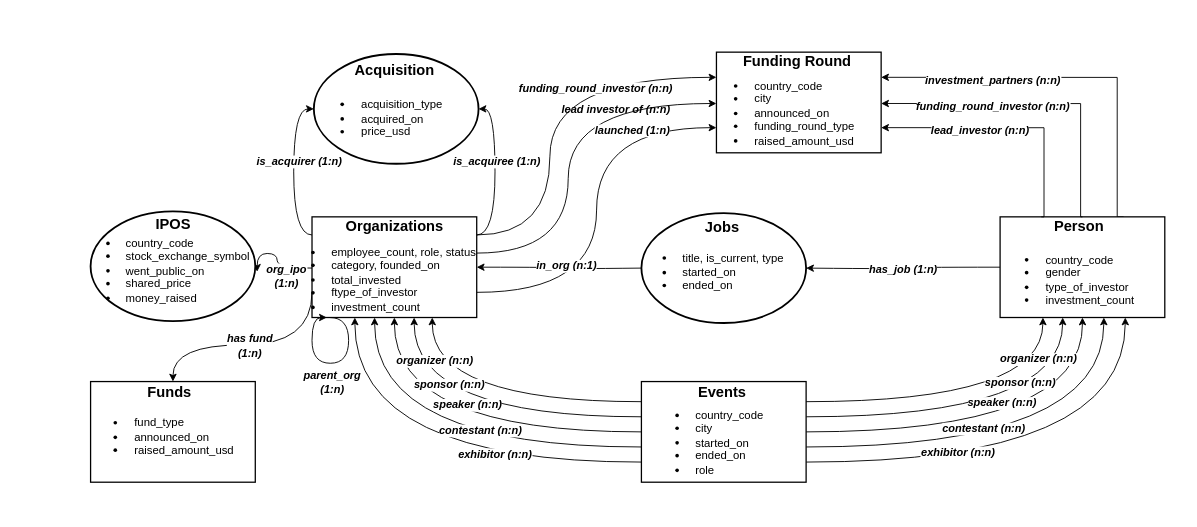
Before: copy_edited_graph_vis.drawio in SilvesterYu/FinQA_Vis, a draw.io diagram. Source tidied: cells renumbered, new cells numbered last; positions are measured from the earlier drawing's top-left corner, leaving out a move shared by most shapes. Both pictures are drawn from the tidied source at 183%, with x=0, y=0 at pixel (31, 31).
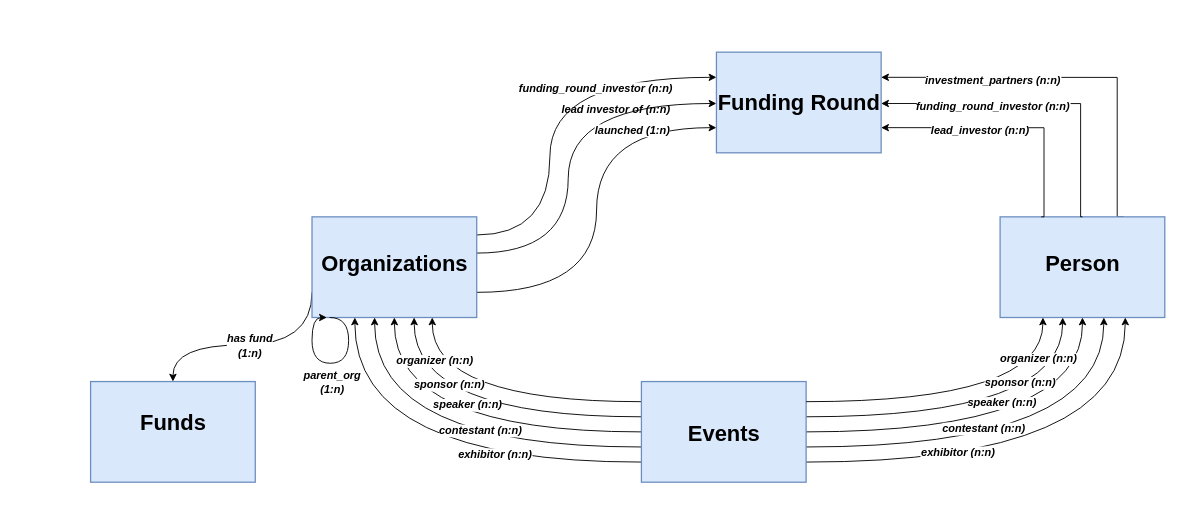
The same page after the edit.

The edit, as a diff of the source:
```diff
@@
-    <mxCell id="9" value="&lt;h6 style=&quot;&quot;&gt;&lt;br&gt;&lt;/h6&gt;" style="rounded=0;whiteSpace=wrap;html=1;strokeWidth=0.7;verticalAlign=top;labelPosition=center;verticalLabelPosition=middle;align=center;spacing=0;spacingBottom=0;points=[[0,0,0,0,0],[0,0.25,0,0,0],[0,0.51,0,0,0],[0,0.75,0,0,0],[0,1,0,0,0],[0.24,1,0,0,0],[0.26,0,0,0,0],[0.5,0,0,0,0],[0.5,1,0,0,0],[0.76,0,0,0,0],[0.76,1,0,0,0],[1,0,0,0,0],[1,0.25,0,0,0],[1,0.51,0,0,0],[1,0.75,0,0,0],[1,1,0,0,0]];" parent="1" vertex="1">
+    <mxCell id="9" value="&lt;h6 style=&quot;&quot;&gt;&lt;br&gt;&lt;/h6&gt;" style="rounded=0;whiteSpace=wrap;html=1;strokeWidth=0.7;verticalAlign=top;labelPosition=center;verticalLabelPosition=middle;align=center;spacing=0;spacingBottom=0;points=[[0,0,0,0,0],[0,0.25,0,0,0],[0,0.51,0,0,0],[0,0.75,0,0,0],[0,1,0,0,0],[0.24,1,0,0,0],[0.26,0,0,0,0],[0.5,0,0,0,0],[0.5,1,0,0,0],[0.76,0,0,0,0],[0.76,1,0,0,0],[1,0,0,0,0],[1,0.25,0,0,0],[1,0.51,0,0,0],[1,0.75,0,0,0],[1,1,0,0,0]];fillColor=#dae8fc;strokeColor=#6c8ebf;" parent="1" vertex="1">
       <mxGeometry x="374" y="11" width="90" height="55" as="geometry" />
     </mxCell>
-    <mxCell id="10" style="edgeStyle=orthogonalEdgeStyle;rounded=0;jettySize=auto;html=1;entryX=1;entryY=0.5;entryDx=0;entryDy=0;fontSize=8;endSize=3;strokeWidth=0.5;curved=1;" parent="1" edge="1" target="20">
-      <mxGeometry relative="1" as="geometry">
-        <mxPoint x="333" y="129" as="sourcePoint" />
-      </mxGeometry>
-    </mxCell>
-    <mxCell id="11" value="&lt;font style=&quot;font-size: 6px;&quot;&gt;in_org (n:1)&lt;/font&gt;" style="edgeLabel;html=1;align=center;verticalAlign=middle;fontSize=6;fontStyle=3;" parent="10" vertex="1">
-      <mxGeometry x="0.25" relative="1" as="geometry">
-        <mxPoint x="14" y="-1" as="offset" />
-      </mxGeometry>
-    </mxCell>
@@
-    <mxCell id="14" style="edgeStyle=orthogonalEdgeStyle;rounded=0;orthogonalLoop=1;jettySize=auto;html=1;fontSize=9;strokeWidth=0.5;endSize=3;curved=1;exitX=0;exitY=0.51;exitDx=0;exitDy=0;exitPerimeter=0;entryX=1;entryY=0.55;entryDx=0;entryDy=0;entryPerimeter=0;" parent="1" edge="1">
-      <mxGeometry relative="1" as="geometry">
-        <mxPoint x="154" y="129" as="sourcePoint" />
-        <mxPoint x="123" y="131" as="targetPoint" />
-        <Array as="points">
-          <mxPoint x="134" y="129" />
-          <mxPoint x="134" y="121" />
-        </Array>
-      </mxGeometry>
-    </mxCell>
-    <mxCell id="15" value="&lt;font style=&quot;font-size: 6px;&quot;&gt;org_ipo&lt;br style=&quot;font-size: 6px;&quot;&gt;(1:n)&lt;/font&gt;" style="edgeLabel;html=1;align=center;verticalAlign=middle;fontSize=6;fontStyle=3;" parent="14" vertex="1">
-      <mxGeometry x="0.16" y="-1" relative="1" as="geometry">
-        <mxPoint x="4" y="13" as="offset" />
-      </mxGeometry>
-    </mxCell>
-    <mxCell id="16" style="edgeStyle=orthogonalEdgeStyle;rounded=0;jettySize=auto;html=1;exitX=1;exitY=0.18;exitDx=0;exitDy=0;entryX=1;entryY=0.5;entryDx=0;entryDy=0;fontSize=9;endSize=3;strokeWidth=0.5;curved=1;exitPerimeter=0;" parent="1" edge="1" source="20" target="50">
-      <mxGeometry relative="1" as="geometry">
-        <Array as="points">
-          <mxPoint x="253" y="111" />
-          <mxPoint x="253" y="42" />
-        </Array>
-      </mxGeometry>
-    </mxCell>
-    <mxCell id="17" value="is_acquiree (1:n)" style="edgeLabel;html=1;align=center;verticalAlign=middle;fontSize=6;fontStyle=3;" parent="16" vertex="1">
-      <mxGeometry x="-0.08" y="2" relative="1" as="geometry">
-        <mxPoint x="2" y="-10" as="offset" />
-      </mxGeometry>
-    </mxCell>
-    <mxCell id="18" style="edgeStyle=orthogonalEdgeStyle;rounded=0;jettySize=auto;html=1;exitX=0;exitY=0.18;exitDx=0;exitDy=0;fontSize=9;endSize=3;strokeWidth=0.5;curved=1;entryX=0;entryY=0.5;entryDx=0;entryDy=0;exitPerimeter=0;" parent="1" edge="1" source="20" target="50">
-      <mxGeometry relative="1" as="geometry">
-        <Array as="points">
-          <mxPoint x="143" y="111" />
-          <mxPoint x="143" y="42" />
-        </Array>
-      </mxGeometry>
-    </mxCell>
-    <mxCell id="19" value="is_acquirer (1:n)" style="edgeLabel;html=1;align=center;verticalAlign=middle;fontSize=6;fontStyle=3;" parent="18" vertex="1">
-      <mxGeometry x="0.09" y="3" relative="1" as="geometry">
-        <mxPoint x="5" y="-1" as="offset" />
-      </mxGeometry>
-    </mxCell>
-    <mxCell id="20" style="rounded=0;whiteSpace=wrap;html=1;fontSize=10;strokeWidth=0.7;points=[[0,0,0,0,0],[0,0.18,0,0,0],[0,0.51,0,0,0],[0,0.75,0,0,0],[0.09,1,0,0,0],[0.26,0,0,0,0],[0.26,1,0,0,0],[0.38,1,0,0,0],[0.5,0,0,0,0],[0.5,1,0,0,0],[0.62,1,0,0,0],[0.73,1,0,0,0],[0.76,0,0,0,0],[1,0,0,0,0],[1,0.18,0,0,0],[1,0.36,0,0,0],[1,0.51,0,0,0],[1,0.75,0,0,0]];" parent="1" vertex="1">
+    <mxCell id="20" style="rounded=0;whiteSpace=wrap;html=1;fontSize=10;strokeWidth=0.7;points=[[0,0,0,0,0],[0,0.18,0,0,0],[0,0.51,0,0,0],[0,0.75,0,0,0],[0.09,1,0,0,0],[0.26,0,0,0,0],[0.26,1,0,0,0],[0.38,1,0,0,0],[0.5,0,0,0,0],[0.5,1,0,0,0],[0.62,1,0,0,0],[0.73,1,0,0,0],[0.76,0,0,0,0],[1,0,0,0,0],[1,0.18,0,0,0],[1,0.36,0,0,0],[1,0.51,0,0,0],[1,0.75,0,0,0]];fillColor=#dae8fc;strokeColor=#6c8ebf;" parent="1" vertex="1">
       <mxGeometry x="153" y="101" width="90" height="55" as="geometry" />
     </mxCell>
@@
-    <mxCell id="23" style="rounded=0;whiteSpace=wrap;html=1;strokeWidth=0.7;" parent="1" vertex="1">
+    <mxCell id="23" style="rounded=0;whiteSpace=wrap;html=1;strokeWidth=0.7;fillColor=#dae8fc;strokeColor=#6c8ebf;" parent="1" vertex="1">
       <mxGeometry x="32" y="191" width="90" height="55" as="geometry" />
     </mxCell>
@@
-    <mxCell id="25" style="edgeStyle=orthogonalEdgeStyle;rounded=0;jettySize=auto;html=1;exitX=0;exitY=0.5;exitDx=0;exitDy=0;fontSize=8;endSize=3;strokeWidth=0.5;curved=1;" parent="1" edge="1" source="27">
-      <mxGeometry relative="1" as="geometry">
-        <mxPoint x="423" y="129" as="targetPoint" />
-      </mxGeometry>
-    </mxCell>
-    <mxCell id="26" value="&lt;font style=&quot;font-size: 6px;&quot;&gt;has_job (1:n)&lt;/font&gt;" style="edgeLabel;html=1;align=center;verticalAlign=middle;fontSize=6;fontStyle=3;" parent="25" vertex="1">
-      <mxGeometry x="0.23" y="-1" relative="1" as="geometry">
-        <mxPoint x="11" y="1" as="offset" />
-      </mxGeometry>
-    </mxCell>
-    <mxCell id="27" style="rounded=0;whiteSpace=wrap;html=1;strokeWidth=0.7;points=[[0,0,0,0,0],[0,0.25,0,0,0],[0,0.51,0,0,0],[0,0.75,0,0,0],[0.26,0,0,0,0],[0.26,1,0,0,0],[0.38,1,0,0,0],[0.5,0,0,0,0],[0.5,1,0,0,0],[0.63,1,0,0,0],[0.76,0,0,0,0],[0.76,1,0,0,0],[1,0,0,0,0],[1,0.25,0,0,0],[1,0.51,0,0,0],[1,0.75,0,0,0]];" parent="1" vertex="1">
+    <mxCell id="27" style="rounded=0;whiteSpace=wrap;html=1;strokeWidth=0.7;points=[[0,0,0,0,0],[0,0.25,0,0,0],[0,0.51,0,0,0],[0,0.75,0,0,0],[0.26,0,0,0,0],[0.26,1,0,0,0],[0.38,1,0,0,0],[0.5,0,0,0,0],[0.5,1,0,0,0],[0.63,1,0,0,0],[0.76,0,0,0,0],[0.76,1,0,0,0],[1,0,0,0,0],[1,0.25,0,0,0],[1,0.51,0,0,0],[1,0.75,0,0,0]];fillColor=#dae8fc;strokeColor=#6c8ebf;" parent="1" vertex="1">
       <mxGeometry x="529" y="101" width="90" height="55" as="geometry" />
     </mxCell>
@@
-    <mxCell id="40" style="rounded=0;whiteSpace=wrap;html=1;strokeWidth=0.7;points=[[0,0.2,0,0,0],[0,0.35,0,0,0],[0,0.5,0,0,0],[0,0.65,0,0,0],[0,0.8,0,0,0],[0.26,0,0,0,0],[0.26,1,0,0,0],[0.5,0,0,0,0],[0.5,1,0,0,0],[0.76,0,0,0,0],[0.76,1,0,0,0],[1,0.2,0,0,0],[1,0.35,0,0,0],[1,0.5,0,0,0],[1,0.65,0,0,0],[1,0.8,0,0,0]];" parent="1" vertex="1">
+    <mxCell id="40" style="rounded=0;whiteSpace=wrap;html=1;strokeWidth=0.7;points=[[0,0.2,0,0,0],[0,0.35,0,0,0],[0,0.5,0,0,0],[0,0.65,0,0,0],[0,0.8,0,0,0],[0.26,0,0,0,0],[0.26,1,0,0,0],[0.5,0,0,0,0],[0.5,1,0,0,0],[0.76,0,0,0,0],[0.76,1,0,0,0],[1,0.2,0,0,0],[1,0.35,0,0,0],[1,0.5,0,0,0],[1,0.65,0,0,0],[1,0.8,0,0,0]];fillColor=#dae8fc;strokeColor=#6c8ebf;" parent="1" vertex="1">
       <mxGeometry x="333" y="191" width="90" height="55" as="geometry" />
     </mxCell>
-    <mxCell id="41" value="&lt;ul style=&quot;font-size: 6.2px; text-align: left;&quot;&gt;&lt;li&gt;&lt;span style=&quot;background-color: initial;&quot;&gt;country_code&lt;/span&gt;&lt;/li&gt;&lt;li&gt;&lt;span style=&quot;background-color: initial;&quot;&gt;city&lt;/span&gt;&lt;/li&gt;&lt;li&gt;&lt;span style=&quot;background-color: initial;&quot;&gt;announced_on&lt;/span&gt;&lt;/li&gt;&lt;li&gt;&lt;span style=&quot;background-color: initial;&quot;&gt;funding_round_type&lt;/span&gt;&lt;/li&gt;&lt;li&gt;&lt;span style=&quot;background-color: initial;&quot;&gt;raised_amount_usd&lt;/span&gt;&lt;/li&gt;&lt;/ul&gt;" style="text;html=1;align=center;verticalAlign=middle;strokeColor=none;fillColor=none;" parent="1" vertex="1">
-      <mxGeometry x="342" y="13.5" width="120" height="60" as="geometry" />
-    </mxCell>
-    <mxCell id="42" value="&lt;span style=&quot;font-weight: 700;&quot;&gt;&lt;font style=&quot;font-size: 8px;&quot;&gt;Funding Round&lt;/font&gt;&lt;/span&gt;" style="text;html=1;align=center;verticalAlign=middle;fillColor=none;strokeColor=none;rounded=0;sketch=0;" parent="1" vertex="1">
-      <mxGeometry x="378" width="80" height="30" as="geometry" />
+    <mxCell id="42" value="&lt;span style=&quot;font-weight: 700;&quot;&gt;&lt;font style=&quot;font-size: 12px;&quot;&gt;Funding Round&lt;/font&gt;&lt;/span&gt;" style="text;html=1;align=center;verticalAlign=middle;fillColor=none;strokeColor=none;rounded=0;sketch=0;" parent="1" vertex="1">
+      <mxGeometry x="364" y="23.5" width="110" height="30" as="geometry" />
     </mxCell>
-    <mxCell id="43" value="&lt;span style=&quot;font-size: 8px;&quot;&gt;&lt;b&gt;Person&lt;/b&gt;&lt;/span&gt;" style="text;html=1;align=center;verticalAlign=middle;fillColor=none;strokeColor=none;rounded=0;sketch=0;" parent="1" vertex="1">
-      <mxGeometry x="547" y="90" width="50" height="30" as="geometry" />
+    <mxCell id="43" value="&lt;b style=&quot;&quot;&gt;&lt;font style=&quot;font-size: 12px;&quot;&gt;Person&lt;/font&gt;&lt;/b&gt;" style="text;html=1;align=center;verticalAlign=middle;fillColor=none;strokeColor=none;rounded=0;sketch=0;" parent="1" vertex="1">
+      <mxGeometry x="544" y="112" width="60" height="30" as="geometry" />
     </mxCell>
-    <mxCell id="44" value="&lt;ul style=&quot;font-size: 6.2px; text-align: left;&quot;&gt;&lt;li&gt;&lt;span style=&quot;background-color: initial;&quot;&gt;country_code&lt;/span&gt;&lt;/li&gt;&lt;li&gt;&lt;span style=&quot;background-color: initial;&quot;&gt;gender&lt;/span&gt;&lt;br&gt;&lt;/li&gt;&lt;li&gt;&lt;span style=&quot;background-color: initial;&quot;&gt;type_of_investor&lt;/span&gt;&lt;/li&gt;&lt;li&gt;investment_count&lt;/li&gt;&lt;/ul&gt;" style="text;html=1;align=center;verticalAlign=middle;strokeColor=none;fillColor=none;" parent="1" vertex="1">
-      <mxGeometry x="503" y="104.5" width="110" height="60" as="geometry" />
-    </mxCell>
@@
-    <mxCell id="50" style="ellipse;whiteSpace=wrap;html=1;rounded=0;sketch=0;fontSize=6.2;" parent="1" vertex="1">
-      <mxGeometry x="154" y="12" width="90" height="60" as="geometry" />
-    </mxCell>
-    <mxCell id="51" value="&lt;font style=&quot;font-size: 8px;&quot;&gt;Acquisition&lt;/font&gt;" style="text;html=1;align=center;verticalAlign=middle;fillColor=none;strokeColor=none;rounded=0;sketch=0;fontSize=7;fontStyle=1;" parent="1" vertex="1">
-      <mxGeometry x="163" y="11" width="70" height="20" as="geometry" />
-    </mxCell>
-    <mxCell id="52" value="&lt;ul style=&quot;font-size: 6.2px; text-align: left;&quot;&gt;&lt;li&gt;acquisition_type&lt;/li&gt;&lt;li&gt;acquired_on&lt;/li&gt;&lt;li&gt;price_usd&lt;/li&gt;&lt;/ul&gt;" style="text;html=1;align=center;verticalAlign=middle;strokeColor=none;fillColor=none;" parent="1" vertex="1">
-      <mxGeometry x="127" y="22" width="110" height="50" as="geometry" />
-    </mxCell>
@@
-    <mxCell id="55" style="ellipse;whiteSpace=wrap;html=1;rounded=0;sketch=0;fontSize=6.2;" parent="1" vertex="1">
-      <mxGeometry x="333" y="99" width="90" height="60" as="geometry" />
-    </mxCell>
-    <mxCell id="56" value="&lt;span style=&quot;font-size: 8px;&quot;&gt;Jobs&lt;/span&gt;" style="text;html=1;align=center;verticalAlign=middle;fillColor=none;strokeColor=none;rounded=0;sketch=0;fontSize=7;fontStyle=1;" parent="1" vertex="1">
-      <mxGeometry x="357" y="97" width="40" height="20" as="geometry" />
-    </mxCell>
-    <mxCell id="57" style="ellipse;whiteSpace=wrap;html=1;rounded=0;sketch=0;fontSize=6.2;" parent="1" vertex="1">
-      <mxGeometry x="32" y="98" width="90" height="60" as="geometry" />
-    </mxCell>
-    <mxCell id="58" value="&lt;span style=&quot;font-size: 8px;&quot;&gt;IPOS&lt;/span&gt;" style="text;html=1;align=center;verticalAlign=middle;fillColor=none;strokeColor=none;rounded=0;sketch=0;fontSize=7;fontStyle=1;" parent="1" vertex="1">
-      <mxGeometry x="57" y="95" width="40" height="20" as="geometry" />
-    </mxCell>
@@
-    <mxCell id="65" value="&lt;span style=&quot;font-size: 8px;&quot;&gt;Organizations&lt;/span&gt;" style="text;html=1;align=center;verticalAlign=middle;fillColor=none;strokeColor=none;rounded=0;sketch=0;fontSize=7;fontStyle=1;" parent="1" vertex="1">
-      <mxGeometry x="158" y="95.5" width="80" height="20" as="geometry" />
+    <mxCell id="65" value="&lt;font style=&quot;font-size: 12px;&quot;&gt;Organizations&lt;/font&gt;" style="text;html=1;align=center;verticalAlign=middle;fillColor=none;strokeColor=none;rounded=0;sketch=0;fontSize=7;fontStyle=1;" parent="1" vertex="1">
+      <mxGeometry x="147.9" y="112" width="100" height="30" as="geometry" />
     </mxCell>
-    <mxCell id="66" value="&lt;span style=&quot;font-size: 8px;&quot;&gt;Events&lt;/span&gt;" style="text;html=1;align=center;verticalAlign=middle;fillColor=none;strokeColor=none;rounded=0;sketch=0;fontSize=7;fontStyle=1;" parent="1" vertex="1">
-      <mxGeometry x="352" y="187" width="50" height="20" as="geometry" />
+    <mxCell id="66" value="&lt;font style=&quot;font-size: 12px;&quot;&gt;Events&lt;/font&gt;" style="text;html=1;align=center;verticalAlign=middle;fillColor=none;strokeColor=none;rounded=0;sketch=0;fontSize=7;fontStyle=1;" parent="1" vertex="1">
+      <mxGeometry x="348" y="205" width="60" height="30" as="geometry" />
     </mxCell>
-    <mxCell id="67" value="&lt;span style=&quot;font-size: 8px;&quot;&gt;Funds&lt;/span&gt;" style="text;html=1;align=center;verticalAlign=middle;fillColor=none;strokeColor=none;rounded=0;sketch=0;fontSize=7;fontStyle=1;" parent="1" vertex="1">
-      <mxGeometry x="50" y="187" width="50" height="20" as="geometry" />
+    <mxCell id="67" value="&lt;font style=&quot;font-size: 12px;&quot;&gt;Funds&lt;/font&gt;" style="text;html=1;align=center;verticalAlign=middle;fillColor=none;strokeColor=none;rounded=0;sketch=0;fontSize=7;fontStyle=1;" parent="1" vertex="1">
+      <mxGeometry x="47" y="198.5" width="60" height="30" as="geometry" />
     </mxCell>
-    <mxCell id="68" value="&lt;ul style=&quot;font-size: 6.2px; text-align: left;&quot;&gt;&lt;li&gt;&lt;span style=&quot;background-color: initial;&quot;&gt;country_code&lt;/span&gt;&lt;/li&gt;&lt;li&gt;&lt;span style=&quot;background-color: initial;&quot;&gt;city&lt;/span&gt;&lt;/li&gt;&lt;li&gt;&lt;span style=&quot;background-color: initial;&quot;&gt;started_on&lt;/span&gt;&lt;/li&gt;&lt;li&gt;ended_on&lt;/li&gt;&lt;li&gt;&lt;span style=&quot;background-color: initial;&quot;&gt;role&lt;/span&gt;&lt;/li&gt;&lt;/ul&gt;" style="text;html=1;align=center;verticalAlign=middle;strokeColor=none;fillColor=none;" parent="1" vertex="1">
-      <mxGeometry x="311" y="194" width="100" height="60" as="geometry" />
-    </mxCell>
-    <mxCell id="69" value="&lt;ul style=&quot;font-size: 6.2px; text-align: left;&quot;&gt;&lt;li&gt;fund_type&lt;/li&gt;&lt;li&gt;announced_on&lt;/li&gt;&lt;li&gt;raised_amount_usd&lt;/li&gt;&lt;/ul&gt;" style="text;html=1;align=center;verticalAlign=middle;strokeColor=none;fillColor=none;" parent="1" vertex="1">
-      <mxGeometry x="3" y="196" width="120" height="50" as="geometry" />
-    </mxCell>
-    <mxCell id="70" value="&lt;ul style=&quot;font-size: 6.2px; text-align: left;&quot;&gt;&lt;li&gt;title, is_current, type&lt;/li&gt;&lt;li&gt;started_on&lt;/li&gt;&lt;li&gt;ended_on&lt;/li&gt;&lt;/ul&gt;" style="text;html=1;align=center;verticalAlign=middle;strokeColor=none;fillColor=none;" parent="1" vertex="1">
-      <mxGeometry x="303" y="106" width="120" height="50" as="geometry" />
-    </mxCell>
-    <mxCell id="71" value="&lt;ul style=&quot;font-size: 6.2px; text-align: left;&quot;&gt;&lt;li&gt;country_code&lt;/li&gt;&lt;li&gt;stock_exchange_symbol&lt;/li&gt;&lt;li&gt;went_public_on&lt;/li&gt;&lt;li&gt;shared_price&lt;/li&gt;&lt;li&gt;money_raised&lt;/li&gt;&lt;/ul&gt;" style="text;html=1;align=center;verticalAlign=middle;strokeColor=none;fillColor=none;" parent="1" vertex="1">
-      <mxGeometry y="100" width="130" height="60" as="geometry" />
+    <mxCell id="71" value="&lt;div style=&quot;text-align: left;&quot;&gt;&lt;span style=&quot;font-size: 6.2px;&quot;&gt;&lt;br&gt;&lt;/span&gt;&lt;/div&gt;" style="text;html=1;align=center;verticalAlign=middle;strokeColor=none;fillColor=none;" parent="1" vertex="1">
+      <mxGeometry x="55" y="115" width="20" height="30" as="geometry" />
     </mxCell>
-    <mxCell id="72" value="&lt;ul style=&quot;font-size: 6.2px; text-align: left;&quot;&gt;&lt;li&gt;employee_count, role, status&lt;/li&gt;&lt;li&gt;category, founded_on&lt;/li&gt;&lt;li&gt;total_invested&lt;/li&gt;&lt;li&gt;&lt;span style=&quot;background-color: initial;&quot;&gt;ftype_of_investor&lt;/span&gt;&lt;/li&gt;&lt;li&gt;investment_count&lt;/li&gt;&lt;/ul&gt;" style="text;html=1;align=center;verticalAlign=middle;strokeColor=none;fillColor=none;" parent="1" vertex="1">
-      <mxGeometry x="113" y="105" width="140" height="60" as="geometry" />
-    </mxCell>
```
